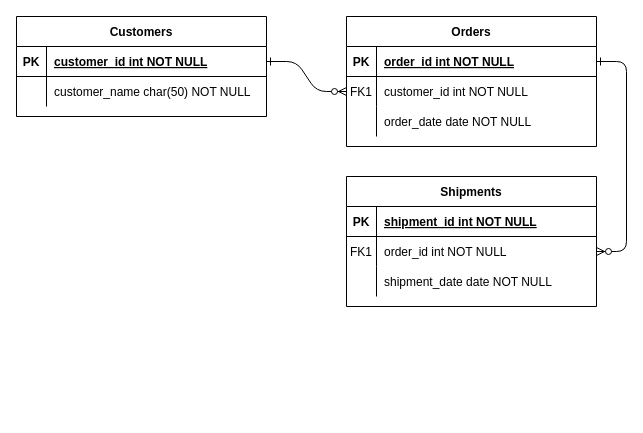
This is diagrams/ExerciseDB.drawio from kschuljak/kschuljak, a draw.io file, before an edit. Source tidied: cells renumbered, new cells numbered last; positions are measured from the earlier drawing's top-left corner, leaving out a move shared by most shapes. Both pictures are drawn from the tidied source at 100%, with x=0, y=0 at pixel (16, 16).
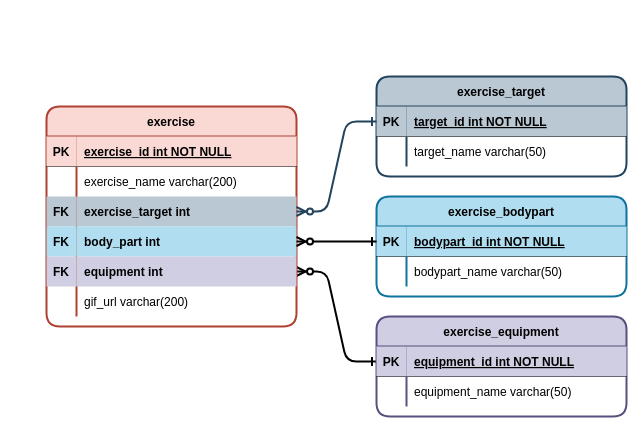
The same page after the edit.

Unchanged cells that the change refers to:
```xml
<mxCell id="5" style="shape=partialRectangle;fillColor=none;points=[[0,0.5],[1,0.5]];portConstraint=eastwest;top=0;left=0;right=0;bottom=1;" parent="4" vertex="1">
  <mxGeometry y="30" width="250" height="30" as="geometry" />
</mxCell>
<mxCell id="8" style="shape=partialRectangle;fillColor=none;points=[[0,0.5],[1,0.5]];portConstraint=eastwest;top=0;left=0;right=0;bottom=0;" parent="4" vertex="1">
  <mxGeometry y="60" width="250" height="30" as="geometry" />
</mxCell>
<mxCell id="25" style="shape=partialRectangle;fillColor=none;points=[[0,0.5],[1,0.5]];portConstraint=eastwest;top=0;left=0;right=0;bottom=1;" parent="24" vertex="1">
  <mxGeometry y="30" width="250" height="30" as="geometry" />
</mxCell>
<mxCell id="28" style="shape=partialRectangle;fillColor=none;top=0;left=0;right=0;bottom=0;" parent="24" vertex="1">
  <mxGeometry y="60" width="250" height="30" as="geometry" />
</mxCell>
```

The edit, as a diff of the source:
```diff
@@
-    <mxCell id="2" style="edgeStyle=entityRelationEdgeStyle;endArrow=ERzeroToMany;startArrow=ERone;endFill=1;startFill=0;" parent="1" edge="1" source="25" target="8">
+    <mxCell id="2" style="edgeStyle=entityRelationEdgeStyle;endArrow=ERzeroToMany;startArrow=ERone;endFill=1;startFill=0;exitX=0;exitY=0.5;exitDx=0;exitDy=0;strokeWidth=2;" parent="1" edge="1" source="44" target="37">
       <mxGeometry relative="1" as="geometry" />
     </mxCell>
-    <mxCell id="3" style="edgeStyle=entityRelationEdgeStyle;endArrow=ERzeroToMany;startArrow=ERone;endFill=1;startFill=0;" parent="1" edge="1" source="5" target="18">
-      <mxGeometry relative="1" as="geometry" />
-    </mxCell>
-    <mxCell id="4" value="Orders" style="shape=table;startSize=30;childLayout=tableLayout;rowLines=0;fontStyle=1;align=center;" parent="1" vertex="1">
-      <mxGeometry x="330" width="250" height="130" as="geometry" />
+    <mxCell id="4" value="exercise_bodypart" style="shape=table;startSize=30;childLayout=tableLayout;rowLines=0;fontStyle=1;align=center;rounded=1;fillColor=#b1ddf0;strokeColor=#10739e;strokeWidth=2;" parent="1" vertex="1">
+      <mxGeometry x="360" y="180" width="250" height="100" as="geometry" />
     </mxCell>
@@
-    <mxCell id="6" value="PK" style="shape=partialRectangle;overflow=hidden;fillColor=none;top=0;left=0;bottom=0;right=0;fontStyle=1;" parent="5" vertex="1">
+    <mxCell id="6" value="PK" style="shape=partialRectangle;overflow=hidden;fillColor=#b1ddf0;top=0;left=0;bottom=0;right=0;fontStyle=1;strokeColor=#10739e;" parent="5" vertex="1">
       <mxGeometry width="30" height="30" as="geometry" />
     </mxCell>
-    <mxCell id="7" value="order_id int NOT NULL " style="shape=partialRectangle;overflow=hidden;fillColor=none;top=0;left=0;bottom=0;right=0;align=left;spacingLeft=6;fontStyle=5;" parent="5" vertex="1">
+    <mxCell id="7" value="bodypart_id int NOT NULL" style="shape=partialRectangle;overflow=hidden;fillColor=#b1ddf0;top=0;left=0;bottom=0;right=0;align=left;spacingLeft=6;fontStyle=5;strokeColor=#10739e;" parent="5" vertex="1">
       <mxGeometry x="30" width="220" height="30" as="geometry" />
     </mxCell>
@@
-    <mxCell id="9" value="FK1" style="shape=partialRectangle;overflow=hidden;fillColor=none;top=0;left=0;bottom=0;right=0;" parent="8" vertex="1">
+    <mxCell id="9" style="shape=partialRectangle;overflow=hidden;fillColor=none;top=0;left=0;bottom=0;right=0;" parent="8" vertex="1">
       <mxGeometry width="30" height="30" as="geometry" />
     </mxCell>
-    <mxCell id="10" value="customer_id int NOT NULL" style="shape=partialRectangle;overflow=hidden;fillColor=none;top=0;left=0;bottom=0;right=0;align=left;spacingLeft=6;" parent="8" vertex="1">
+    <mxCell id="10" value="bodypart_name varchar(50)" style="shape=partialRectangle;overflow=hidden;fillColor=none;top=0;left=0;bottom=0;right=0;align=left;spacingLeft=6;" parent="8" vertex="1">
       <mxGeometry x="30" width="220" height="30" as="geometry" />
     </mxCell>
-    <mxCell id="11" style="shape=partialRectangle;fillColor=none;top=0;left=0;right=0;bottom=0;" parent="4" vertex="1">
-      <mxGeometry y="90" width="250" height="30" as="geometry" />
-    </mxCell>
-    <mxCell id="12" style="shape=partialRectangle;overflow=hidden;fillColor=none;top=0;left=0;bottom=0;right=0;" parent="11" vertex="1">
-      <mxGeometry width="30" height="30" as="geometry" />
-    </mxCell>
-    <mxCell id="13" value="order_date date NOT NULL" style="shape=partialRectangle;overflow=hidden;fillColor=none;top=0;left=0;bottom=0;right=0;align=left;spacingLeft=6;" parent="11" vertex="1">
-      <mxGeometry x="30" width="220" height="30" as="geometry" />
-    </mxCell>
-    <mxCell id="14" value="Shipments" style="shape=table;startSize=30;childLayout=tableLayout;rowLines=0;fontStyle=1;align=center;" parent="1" vertex="1">
-      <mxGeometry x="330" y="160" width="250" height="130" as="geometry" />
-    </mxCell>
-    <mxCell id="15" style="shape=partialRectangle;fillColor=none;top=0;left=0;right=0;bottom=1;" parent="14" vertex="1">
-      <mxGeometry y="30" width="250" height="30" as="geometry" />
-    </mxCell>
-    <mxCell id="16" value="PK" style="shape=partialRectangle;overflow=hidden;fillColor=none;top=0;left=0;bottom=0;right=0;fontStyle=1;" parent="15" vertex="1">
-      <mxGeometry width="30" height="30" as="geometry" />
-    </mxCell>
-    <mxCell id="17" value="shipment_id int NOT NULL " style="shape=partialRectangle;overflow=hidden;fillColor=none;top=0;left=0;bottom=0;right=0;align=left;spacingLeft=6;fontStyle=5;" parent="15" vertex="1">
-      <mxGeometry x="30" width="220" height="30" as="geometry" />
-    </mxCell>
-    <mxCell id="18" style="shape=partialRectangle;fillColor=none;points=[[0,0.5],[1,0.5]];portConstraint=eastwest;top=0;left=0;right=0;bottom=0;" parent="14" vertex="1">
-      <mxGeometry y="60" width="250" height="30" as="geometry" />
-    </mxCell>
-    <mxCell id="19" value="FK1" style="shape=partialRectangle;overflow=hidden;fillColor=none;top=0;left=0;bottom=0;right=0;" parent="18" vertex="1">
-      <mxGeometry width="30" height="30" as="geometry" />
-    </mxCell>
-    <mxCell id="20" value="order_id int NOT NULL" style="shape=partialRectangle;overflow=hidden;fillColor=none;top=0;left=0;bottom=0;right=0;align=left;spacingLeft=6;" parent="18" vertex="1">
-      <mxGeometry x="30" width="220" height="30" as="geometry" />
-    </mxCell>
-    <mxCell id="21" style="shape=partialRectangle;fillColor=none;top=0;left=0;right=0;bottom=0;" parent="14" vertex="1">
-      <mxGeometry y="90" width="250" height="30" as="geometry" />
-    </mxCell>
-    <mxCell id="22" style="shape=partialRectangle;overflow=hidden;fillColor=none;top=0;left=0;bottom=0;right=0;" parent="21" vertex="1">
-      <mxGeometry width="30" height="30" as="geometry" />
-    </mxCell>
-    <mxCell id="23" value="shipment_date date NOT NULL" style="shape=partialRectangle;overflow=hidden;fillColor=none;top=0;left=0;bottom=0;right=0;align=left;spacingLeft=6;" parent="21" vertex="1">
-      <mxGeometry x="30" width="220" height="30" as="geometry" />
-    </mxCell>
-    <mxCell id="24" value="Customers" style="shape=table;startSize=30;childLayout=tableLayout;rowLines=0;fontStyle=1;align=center;" parent="1" vertex="1">
-      <mxGeometry width="250" height="100" as="geometry" />
+    <mxCell id="24" value="exercise" style="shape=table;startSize=30;childLayout=tableLayout;rowLines=0;fontStyle=1;align=center;rounded=1;fillColor=#fad9d5;strokeColor=#ae4132;strokeWidth=2;" parent="1" vertex="1">
+      <mxGeometry x="30" y="90" width="250" height="220" as="geometry" />
     </mxCell>
@@
-    <mxCell id="26" value="PK" style="shape=partialRectangle;overflow=hidden;fillColor=none;top=0;left=0;bottom=0;right=0;fontStyle=1;" parent="25" vertex="1">
+    <mxCell id="26" value="PK" style="shape=partialRectangle;overflow=hidden;fillColor=#fad9d5;top=0;left=0;bottom=0;right=0;fontStyle=1;strokeColor=#ae4132;" parent="25" vertex="1">
       <mxGeometry width="30" height="30" as="geometry" />
     </mxCell>
-    <mxCell id="27" value="customer_id int NOT NULL " style="shape=partialRectangle;overflow=hidden;fillColor=none;top=0;left=0;bottom=0;right=0;align=left;spacingLeft=6;fontStyle=5;" parent="25" vertex="1">
+    <mxCell id="27" value="exercise_id int NOT NULL" style="shape=partialRectangle;overflow=hidden;fillColor=#fad9d5;top=0;left=0;bottom=0;right=0;align=left;spacingLeft=6;fontStyle=5;strokeColor=#ae4132;" parent="25" vertex="1">
       <mxGeometry x="30" width="220" height="30" as="geometry" />
     </mxCell>
@@
-    <mxCell id="30" value="customer_name char(50) NOT NULL" style="shape=partialRectangle;overflow=hidden;fillColor=none;top=0;left=0;bottom=0;right=0;align=left;spacingLeft=6;" parent="28" vertex="1">
+    <mxCell id="30" value="exercise_name varchar(200)" style="shape=partialRectangle;overflow=hidden;fillColor=none;top=0;left=0;bottom=0;right=0;align=left;spacingLeft=6;" parent="28" vertex="1">
       <mxGeometry x="30" width="220" height="30" as="geometry" />
     </mxCell>
+    <mxCell id="31" style="shape=partialRectangle;fillColor=none;points=[[0,0.5],[1,0.5]];portConstraint=eastwest;top=0;left=0;right=0;bottom=0;" parent="24" vertex="1">
+      <mxGeometry y="90" width="250" height="30" as="geometry" />
+    </mxCell>
+    <mxCell id="32" value="FK" style="shape=partialRectangle;overflow=hidden;fillColor=#bac8d3;top=0;left=0;bottom=0;right=0;strokeColor=#23445d;fontStyle=1;" parent="31" vertex="1">
+      <mxGeometry width="30" height="30" as="geometry" />
+    </mxCell>
+    <mxCell id="33" value="exercise_target int" style="shape=partialRectangle;overflow=hidden;fillColor=#bac8d3;top=0;left=0;bottom=0;right=0;align=left;spacingLeft=6;strokeColor=#23445d;fontStyle=1;" parent="31" vertex="1">
+      <mxGeometry x="30" width="220" height="30" as="geometry" />
+    </mxCell>
+    <mxCell id="34" style="shape=partialRectangle;fillColor=none;points=[[0,0.5],[1,0.5]];portConstraint=eastwest;top=0;left=0;right=0;bottom=0;" parent="24" vertex="1">
+      <mxGeometry y="120" width="250" height="30" as="geometry" />
+    </mxCell>
+    <mxCell id="35" value="FK" style="shape=partialRectangle;overflow=hidden;fillColor=#b1ddf0;top=0;left=0;bottom=0;right=0;strokeColor=#10739e;fontStyle=1;" parent="34" vertex="1">
+      <mxGeometry width="30" height="30" as="geometry" />
+    </mxCell>
+    <mxCell id="36" value="body_part int" style="shape=partialRectangle;overflow=hidden;fillColor=#b1ddf0;top=0;left=0;bottom=0;right=0;align=left;spacingLeft=6;strokeColor=#10739e;fontStyle=1;" parent="34" vertex="1">
+      <mxGeometry x="30" width="220" height="30" as="geometry" />
+    </mxCell>
+    <mxCell id="37" style="shape=partialRectangle;fillColor=none;points=[[0,0.5],[1,0.5]];portConstraint=eastwest;top=0;left=0;right=0;bottom=0;" parent="24" vertex="1">
+      <mxGeometry y="150" width="250" height="30" as="geometry" />
+    </mxCell>
+    <mxCell id="38" value="FK" style="shape=partialRectangle;overflow=hidden;fillColor=#d0cee2;top=0;left=0;bottom=0;right=0;strokeColor=#56517e;fontStyle=1;" parent="37" vertex="1">
+      <mxGeometry width="30" height="30" as="geometry" />
+    </mxCell>
+    <mxCell id="39" value="equipment int" style="shape=partialRectangle;overflow=hidden;fillColor=#d0cee2;top=0;left=0;bottom=0;right=0;align=left;spacingLeft=6;strokeColor=#56517e;fontStyle=1;" parent="37" vertex="1">
+      <mxGeometry x="30" width="220" height="30" as="geometry" />
+    </mxCell>
+    <mxCell id="40" style="shape=partialRectangle;fillColor=none;top=0;left=0;right=0;bottom=0;" parent="24" vertex="1">
+      <mxGeometry y="180" width="250" height="30" as="geometry" />
+    </mxCell>
+    <mxCell id="41" style="shape=partialRectangle;overflow=hidden;fillColor=none;top=0;left=0;bottom=0;right=0;" parent="40" vertex="1">
+      <mxGeometry width="30" height="30" as="geometry" />
+    </mxCell>
+    <mxCell id="42" value="gif_url varchar(200)" style="shape=partialRectangle;overflow=hidden;fillColor=none;top=0;left=0;bottom=0;right=0;align=left;spacingLeft=6;" parent="40" vertex="1">
+      <mxGeometry x="30" width="220" height="30" as="geometry" />
+    </mxCell>
+    <mxCell id="43" value="exercise_equipment" style="shape=table;startSize=30;childLayout=tableLayout;rowLines=0;fontStyle=1;align=center;rounded=1;fillColor=#d0cee2;strokeColor=#56517e;strokeWidth=2;" parent="1" vertex="1">
+      <mxGeometry x="360" y="300" width="250" height="100" as="geometry" />
+    </mxCell>
+    <mxCell id="44" style="shape=partialRectangle;fillColor=none;points=[[0,0.5],[1,0.5]];portConstraint=eastwest;top=0;left=0;right=0;bottom=1;" parent="43" vertex="1">
+      <mxGeometry y="30" width="250" height="30" as="geometry" />
+    </mxCell>
+    <mxCell id="45" value="PK" style="shape=partialRectangle;overflow=hidden;fillColor=#d0cee2;top=0;left=0;bottom=0;right=0;fontStyle=1;strokeColor=#56517e;" parent="44" vertex="1">
+      <mxGeometry width="30" height="30" as="geometry" />
+    </mxCell>
+    <mxCell id="46" value="equipment_id int NOT NULL" style="shape=partialRectangle;overflow=hidden;fillColor=#d0cee2;top=0;left=0;bottom=0;right=0;align=left;spacingLeft=6;fontStyle=5;strokeColor=#56517e;" parent="44" vertex="1">
+      <mxGeometry x="30" width="220" height="30" as="geometry" />
+    </mxCell>
+    <mxCell id="47" style="shape=partialRectangle;fillColor=none;top=0;left=0;right=0;bottom=0;" parent="43" vertex="1">
+      <mxGeometry y="60" width="250" height="30" as="geometry" />
+    </mxCell>
+    <mxCell id="48" style="shape=partialRectangle;overflow=hidden;fillColor=none;top=0;left=0;bottom=0;right=0;" parent="47" vertex="1">
+      <mxGeometry width="30" height="30" as="geometry" />
+    </mxCell>
+    <mxCell id="49" value="equipment_name varchar(50)" style="shape=partialRectangle;overflow=hidden;fillColor=none;top=0;left=0;bottom=0;right=0;align=left;spacingLeft=6;" parent="47" vertex="1">
+      <mxGeometry x="30" width="220" height="30" as="geometry" />
+    </mxCell>
+    <mxCell id="50" value="exercise_target" style="shape=table;startSize=30;childLayout=tableLayout;rowLines=0;fontStyle=1;align=center;rounded=1;fillColor=#bac8d3;strokeColor=#23445d;strokeWidth=2;" parent="1" vertex="1">
+      <mxGeometry x="360" y="60" width="250" height="100" as="geometry" />
+    </mxCell>
+    <mxCell id="51" style="shape=partialRectangle;fillColor=none;points=[[0,0.5],[1,0.5]];portConstraint=eastwest;top=0;left=0;right=0;bottom=1;" parent="50" vertex="1">
+      <mxGeometry y="30" width="250" height="30" as="geometry" />
+    </mxCell>
+    <mxCell id="52" value="PK" style="shape=partialRectangle;overflow=hidden;fillColor=#bac8d3;top=0;left=0;bottom=0;right=0;fontStyle=1;strokeColor=#23445d;" parent="51" vertex="1">
+      <mxGeometry width="30" height="30" as="geometry" />
+    </mxCell>
+    <mxCell id="53" value="target_id int NOT NULL" style="shape=partialRectangle;overflow=hidden;fillColor=#bac8d3;top=0;left=0;bottom=0;right=0;align=left;spacingLeft=6;fontStyle=5;strokeColor=#23445d;" parent="51" vertex="1">
+      <mxGeometry x="30" width="220" height="30" as="geometry" />
+    </mxCell>
+    <mxCell id="54" style="shape=partialRectangle;fillColor=none;top=0;left=0;right=0;bottom=0;" parent="50" vertex="1">
+      <mxGeometry y="60" width="250" height="30" as="geometry" />
+    </mxCell>
+    <mxCell id="55" style="shape=partialRectangle;overflow=hidden;fillColor=none;top=0;left=0;bottom=0;right=0;" parent="54" vertex="1">
+      <mxGeometry width="30" height="30" as="geometry" />
+    </mxCell>
+    <mxCell id="56" value="target_name varchar(50)" style="shape=partialRectangle;overflow=hidden;fillColor=none;top=0;left=0;bottom=0;right=0;align=left;spacingLeft=6;" parent="54" vertex="1">
+      <mxGeometry x="30" width="220" height="30" as="geometry" />
+    </mxCell>
+    <mxCell id="57" style="edgeStyle=entityRelationEdgeStyle;endArrow=ERzeroToMany;startArrow=ERone;endFill=1;startFill=0;exitX=0;exitY=0.5;exitDx=0;exitDy=0;strokeWidth=2;" parent="1" edge="1" source="5" target="34">
+      <mxGeometry relative="1" as="geometry" />
+    </mxCell>
+    <mxCell id="58" style="edgeStyle=entityRelationEdgeStyle;endArrow=ERzeroToMany;startArrow=ERone;endFill=1;startFill=0;exitX=0;exitY=0.5;exitDx=0;exitDy=0;fillColor=#bac8d3;strokeColor=#23445d;strokeWidth=2;" parent="1" edge="1" source="51" target="31">
+      <mxGeometry relative="1" as="geometry" />
+    </mxCell>
```
